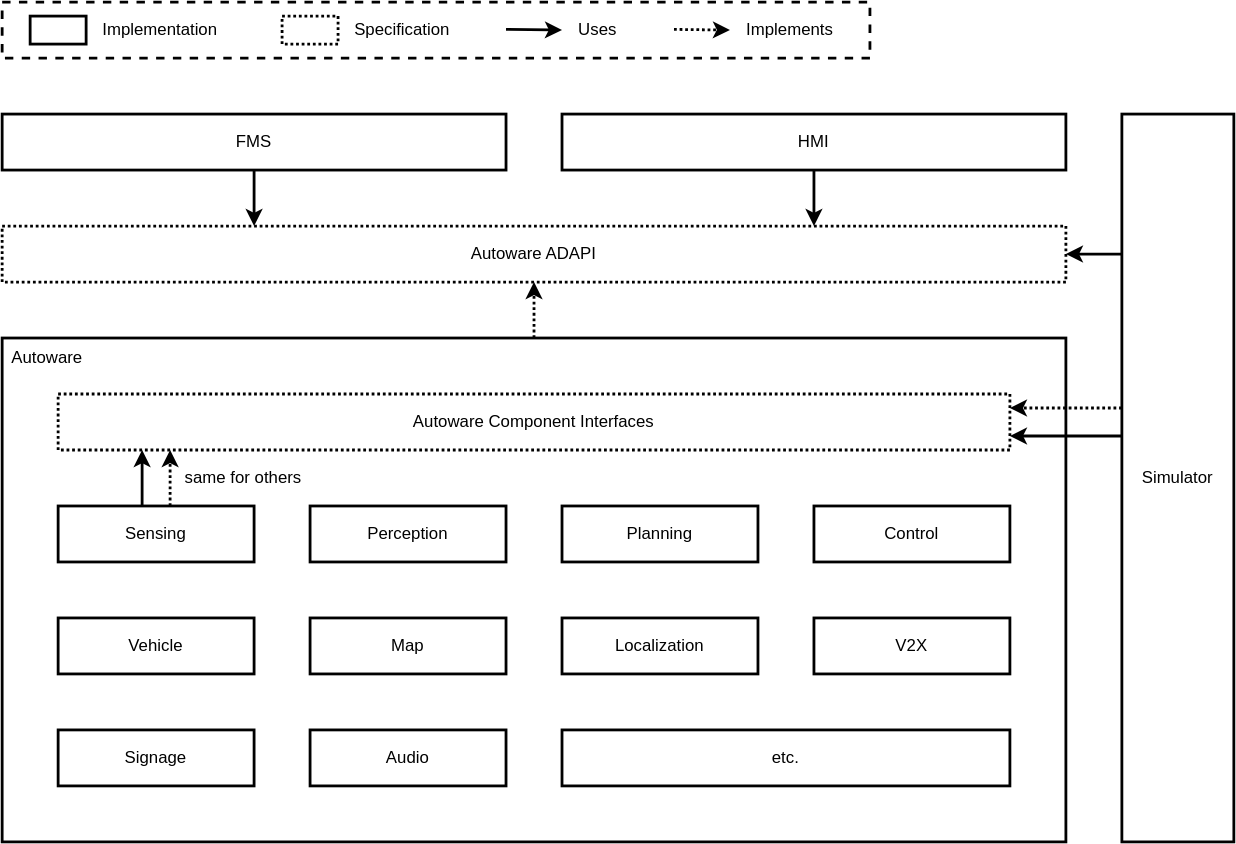
The draw.io diagram docs/Software-Requirements/Design-Docs-of-Autoware/autoware-api/architecture.drawio.svg in autowarefoundation/autoware_reference_design, before a commit. Source tidied: cells renumbered, new cells last; positions are measured from the earlier drawing's top-left corner, leaving out a move shared by most shapes.
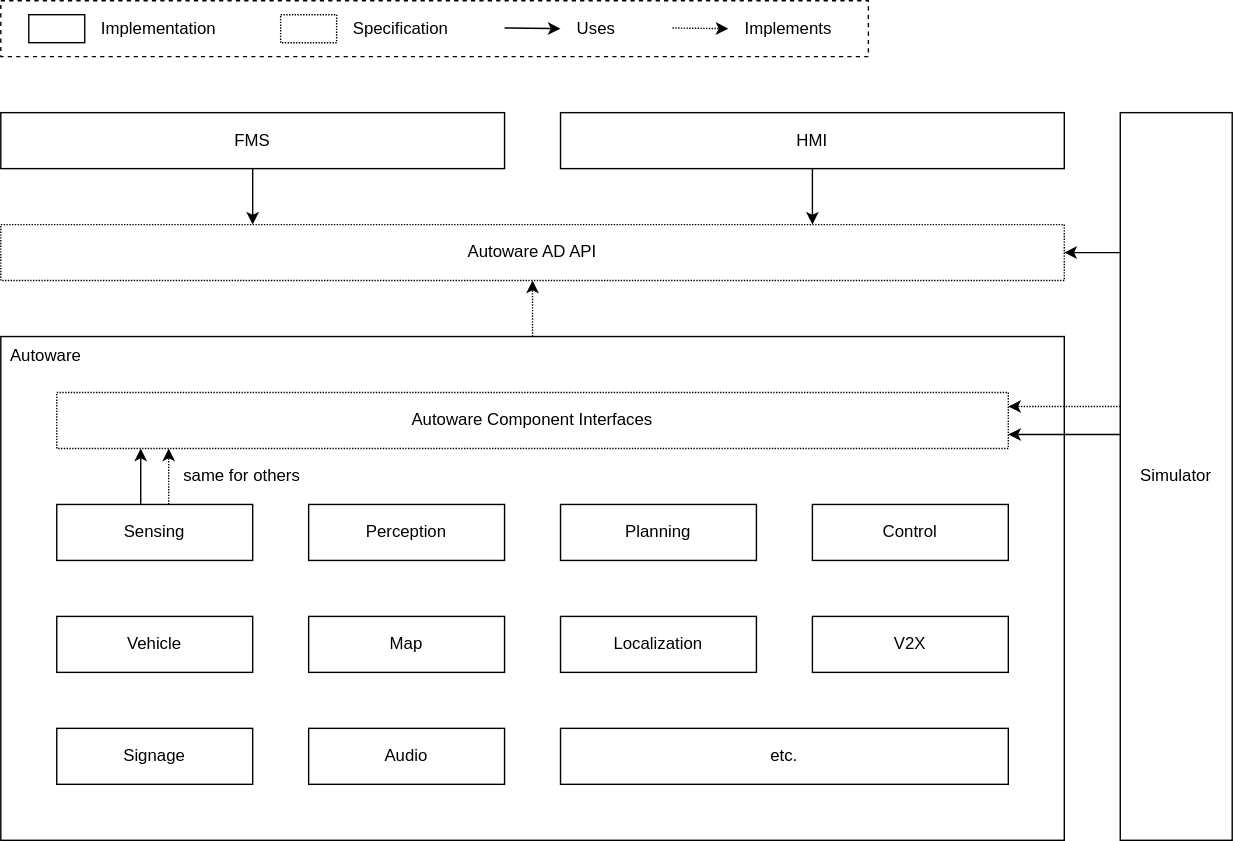
After the change.

Change to the diagram source:
```diff
@@ -2,13 +2,13 @@
   <root>
     <mxCell id="0" />
     <mxCell id="1" parent="0" />
-    <mxCell id="2" value="Autoware" style="rounded=0;whiteSpace=wrap;html=1;strokeWidth=2;align=left;verticalAlign=top;spacingLeft=5;" parent="1" vertex="1">
+    <mxCell id="2" value="Autoware" style="rounded=0;whiteSpace=wrap;html=1;strokeWidth=1;align=left;verticalAlign=top;spacingLeft=5;" parent="1" vertex="1">
       <mxGeometry y="240" width="760" height="360" as="geometry" />
     </mxCell>
-    <mxCell id="3" style="rounded=0;whiteSpace=wrap;html=1;strokeWidth=2;fillColor=none;dashed=1;" parent="1" vertex="1">
+    <mxCell id="3" style="rounded=0;whiteSpace=wrap;html=1;strokeWidth=1;fillColor=none;dashed=1;" parent="1" vertex="1">
       <mxGeometry width="620" height="40" as="geometry" />
     </mxCell>
-    <mxCell id="4" style="edgeStyle=orthogonalEdgeStyle;rounded=0;jettySize=auto;html=1;strokeWidth=2;" parent="1" edge="1" source="5" target="6">
+    <mxCell id="4" style="edgeStyle=orthogonalEdgeStyle;rounded=0;jettySize=auto;html=1;strokeWidth=1;" parent="1" edge="1" source="5" target="6">
       <mxGeometry relative="1" as="geometry">
         <Array as="points">
           <mxPoint x="180" y="150" />
@@ -16,61 +16,61 @@
         </Array>
       </mxGeometry>
     </mxCell>
-    <mxCell id="5" value="FMS" style="rounded=0;whiteSpace=wrap;html=1;strokeWidth=2;" parent="1" vertex="1">
+    <mxCell id="5" value="FMS" style="rounded=0;whiteSpace=wrap;html=1;strokeWidth=1;" parent="1" vertex="1">
       <mxGeometry y="80" width="360" height="40" as="geometry" />
     </mxCell>
-    <mxCell id="6" value="Autoware ADAPI" style="rounded=0;whiteSpace=wrap;html=1;strokeWidth=2;dashed=1;dashPattern=1 1;" parent="1" vertex="1">
+    <mxCell id="6" value="Autoware AD API" style="rounded=0;whiteSpace=wrap;html=1;strokeWidth=1;dashed=1;dashPattern=1 1;" parent="1" vertex="1">
       <mxGeometry y="160" width="760" height="40" as="geometry" />
     </mxCell>
-    <mxCell id="7" style="edgeStyle=orthogonalEdgeStyle;rounded=0;jettySize=auto;html=1;dashed=1;strokeWidth=2;dashPattern=1 1;exitX=0.5;exitY=0;exitDx=0;exitDy=0;" parent="1" edge="1" source="2" target="6">
+    <mxCell id="7" style="edgeStyle=orthogonalEdgeStyle;rounded=0;jettySize=auto;html=1;dashed=1;strokeWidth=1;dashPattern=1 1;exitX=0.5;exitY=0;exitDx=0;exitDy=0;" parent="1" edge="1" source="2" target="6">
       <mxGeometry relative="1" as="geometry" />
     </mxCell>
-    <mxCell id="8" value="Autoware Component Interfaces" style="rounded=0;whiteSpace=wrap;html=1;strokeWidth=2;dashed=1;dashPattern=1 1;" parent="1" vertex="1">
+    <mxCell id="8" value="Autoware Component Interfaces" style="rounded=0;whiteSpace=wrap;html=1;strokeWidth=1;dashed=1;dashPattern=1 1;" parent="1" vertex="1">
       <mxGeometry x="40" y="280" width="680" height="40" as="geometry" />
     </mxCell>
-    <mxCell id="9" style="rounded=0;whiteSpace=wrap;html=1;strokeWidth=2;" parent="1" vertex="1">
+    <mxCell id="9" style="rounded=0;whiteSpace=wrap;html=1;strokeWidth=1;" parent="1" vertex="1">
       <mxGeometry x="20" y="10" width="40" height="20" as="geometry" />
     </mxCell>
-    <mxCell id="10" value="Implementation" style="text;html=1;strokeColor=none;fillColor=none;align=left;verticalAlign=middle;whiteSpace=wrap;rounded=0;dashed=1;" parent="1" vertex="1">
+    <mxCell id="10" value="Implementation" style="text;html=1;strokeColor=none;fillColor=none;align=left;verticalAlign=middle;whiteSpace=wrap;rounded=0;dashed=1;strokeWidth=1;" parent="1" vertex="1">
       <mxGeometry x="70" y="10" width="90" height="20" as="geometry" />
     </mxCell>
-    <mxCell id="11" style="rounded=0;whiteSpace=wrap;html=1;strokeWidth=2;dashed=1;dashPattern=1 1;" parent="1" vertex="1">
+    <mxCell id="11" style="rounded=0;whiteSpace=wrap;html=1;strokeWidth=1;dashed=1;dashPattern=1 1;" parent="1" vertex="1">
       <mxGeometry x="200" y="10" width="40" height="20" as="geometry" />
     </mxCell>
-    <mxCell id="12" value="Specification" style="text;html=1;strokeColor=none;fillColor=none;align=left;verticalAlign=middle;whiteSpace=wrap;rounded=0;dashed=1;" parent="1" vertex="1">
+    <mxCell id="12" value="Specification" style="text;html=1;strokeColor=none;fillColor=none;align=left;verticalAlign=middle;whiteSpace=wrap;rounded=0;dashed=1;strokeWidth=1;" parent="1" vertex="1">
       <mxGeometry x="250" y="10" width="80" height="20" as="geometry" />
     </mxCell>
-    <mxCell id="13" style="endArrow=classic;html=1;strokeWidth=2;rounded=0;" parent="1" edge="1">
+    <mxCell id="13" style="endArrow=classic;html=1;strokeWidth=1;rounded=0;" parent="1" edge="1">
       <mxGeometry relative="1" as="geometry">
         <mxPoint x="360" y="19.5" as="sourcePoint" />
         <mxPoint x="400" y="20" as="targetPoint" />
       </mxGeometry>
     </mxCell>
-    <mxCell id="14" value="Uses" style="text;html=1;strokeColor=none;fillColor=none;align=left;verticalAlign=middle;whiteSpace=wrap;rounded=0;dashed=1;" parent="1" vertex="1">
+    <mxCell id="14" value="Uses" style="text;html=1;strokeColor=none;fillColor=none;align=left;verticalAlign=middle;whiteSpace=wrap;rounded=0;dashed=1;strokeWidth=1;" parent="1" vertex="1">
       <mxGeometry x="410" y="10" width="40" height="20" as="geometry" />
     </mxCell>
-    <mxCell id="15" value="Implements" style="text;html=1;strokeColor=none;fillColor=none;align=left;verticalAlign=middle;whiteSpace=wrap;rounded=0;dashed=1;" parent="1" vertex="1">
+    <mxCell id="15" value="Implements" style="text;html=1;strokeColor=none;fillColor=none;align=left;verticalAlign=middle;whiteSpace=wrap;rounded=0;dashed=1;strokeWidth=1;" parent="1" vertex="1">
       <mxGeometry x="530" y="10" width="70" height="20" as="geometry" />
     </mxCell>
-    <mxCell id="16" style="endArrow=classic;html=1;strokeWidth=2;rounded=0;dashed=1;dashPattern=1 1;" parent="1" edge="1">
+    <mxCell id="16" style="endArrow=classic;html=1;strokeWidth=1;rounded=0;dashed=1;dashPattern=1 1;" parent="1" edge="1">
       <mxGeometry relative="1" as="geometry">
         <mxPoint x="480" y="19.5" as="sourcePoint" />
         <mxPoint x="520" y="20" as="targetPoint" />
       </mxGeometry>
     </mxCell>
-    <mxCell id="17" value="Localization" style="rounded=0;whiteSpace=wrap;html=1;strokeWidth=2;" parent="1" vertex="1">
+    <mxCell id="17" value="Localization" style="rounded=0;whiteSpace=wrap;html=1;strokeWidth=1;" parent="1" vertex="1">
       <mxGeometry x="400" y="440" width="140" height="40" as="geometry" />
     </mxCell>
-    <mxCell id="18" value="V2X" style="rounded=0;whiteSpace=wrap;html=1;strokeWidth=2;" parent="1" vertex="1">
+    <mxCell id="18" value="V2X" style="rounded=0;whiteSpace=wrap;html=1;strokeWidth=1;" parent="1" vertex="1">
       <mxGeometry x="580" y="440" width="140" height="40" as="geometry" />
     </mxCell>
-    <mxCell id="19" value="Signage" style="rounded=0;whiteSpace=wrap;html=1;strokeWidth=2;" parent="1" vertex="1">
+    <mxCell id="19" value="Signage" style="rounded=0;whiteSpace=wrap;html=1;strokeWidth=1;" parent="1" vertex="1">
       <mxGeometry x="40" y="520" width="140" height="40" as="geometry" />
     </mxCell>
-    <mxCell id="20" value="Audio" style="rounded=0;whiteSpace=wrap;html=1;strokeWidth=2;" parent="1" vertex="1">
+    <mxCell id="20" value="Audio" style="rounded=0;whiteSpace=wrap;html=1;strokeWidth=1;" parent="1" vertex="1">
       <mxGeometry x="220" y="520" width="140" height="40" as="geometry" />
     </mxCell>
-    <mxCell id="21" style="edgeStyle=orthogonalEdgeStyle;rounded=0;html=1;strokeWidth=2;" parent="1" edge="1" source="23" target="8">
+    <mxCell id="21" style="edgeStyle=orthogonalEdgeStyle;rounded=0;html=1;strokeWidth=1;" parent="1" edge="1" source="23" target="8">
       <mxGeometry relative="1" as="geometry">
         <Array as="points">
           <mxPoint x="100" y="340" />
@@ -78,7 +78,7 @@
         </Array>
       </mxGeometry>
     </mxCell>
-    <mxCell id="22" style="edgeStyle=orthogonalEdgeStyle;rounded=0;html=1;strokeWidth=2;dashed=1;dashPattern=1 1;" parent="1" edge="1" source="23" target="8">
+    <mxCell id="22" style="edgeStyle=orthogonalEdgeStyle;rounded=0;html=1;strokeWidth=1;dashed=1;dashPattern=1 1;" parent="1" edge="1" source="23" target="8">
       <mxGeometry relative="1" as="geometry">
         <Array as="points">
           <mxPoint x="120" y="340" />
@@ -86,25 +86,25 @@
         </Array>
       </mxGeometry>
     </mxCell>
-    <mxCell id="23" value="Sensing" style="rounded=0;whiteSpace=wrap;html=1;strokeWidth=2;" parent="1" vertex="1">
+    <mxCell id="23" value="Sensing" style="rounded=0;whiteSpace=wrap;html=1;strokeWidth=1;" parent="1" vertex="1">
       <mxGeometry x="40" y="360" width="140" height="40" as="geometry" />
     </mxCell>
-    <mxCell id="24" value="Vehicle" style="rounded=0;whiteSpace=wrap;html=1;strokeWidth=2;" parent="1" vertex="1">
+    <mxCell id="24" value="Vehicle" style="rounded=0;whiteSpace=wrap;html=1;strokeWidth=1;" parent="1" vertex="1">
       <mxGeometry x="40" y="440" width="140" height="40" as="geometry" />
     </mxCell>
-    <mxCell id="25" value="Map" style="rounded=0;whiteSpace=wrap;html=1;strokeWidth=2;" parent="1" vertex="1">
+    <mxCell id="25" value="Map" style="rounded=0;whiteSpace=wrap;html=1;strokeWidth=1;" parent="1" vertex="1">
       <mxGeometry x="220" y="440" width="140" height="40" as="geometry" />
     </mxCell>
-    <mxCell id="26" value="Perception" style="rounded=0;whiteSpace=wrap;html=1;strokeWidth=2;" parent="1" vertex="1">
+    <mxCell id="26" value="Perception" style="rounded=0;whiteSpace=wrap;html=1;strokeWidth=1;" parent="1" vertex="1">
       <mxGeometry x="220" y="360" width="140" height="40" as="geometry" />
     </mxCell>
-    <mxCell id="27" value="Planning" style="rounded=0;whiteSpace=wrap;html=1;strokeWidth=2;" parent="1" vertex="1">
+    <mxCell id="27" value="Planning" style="rounded=0;whiteSpace=wrap;html=1;strokeWidth=1;" parent="1" vertex="1">
       <mxGeometry x="400" y="360" width="140" height="40" as="geometry" />
     </mxCell>
-    <mxCell id="28" value="Control" style="rounded=0;whiteSpace=wrap;html=1;strokeWidth=2;" parent="1" vertex="1">
+    <mxCell id="28" value="Control" style="rounded=0;whiteSpace=wrap;html=1;strokeWidth=1;" parent="1" vertex="1">
       <mxGeometry x="580" y="360" width="140" height="40" as="geometry" />
     </mxCell>
-    <mxCell id="29" style="edgeStyle=orthogonalEdgeStyle;html=1;rounded=0;strokeWidth=2;" parent="1" edge="1" source="30" target="6">
+    <mxCell id="29" style="edgeStyle=orthogonalEdgeStyle;html=1;rounded=0;strokeWidth=1;" parent="1" edge="1" source="30" target="6">
       <mxGeometry relative="1" as="geometry">
         <Array as="points">
           <mxPoint x="640" y="160" />
@@ -112,10 +112,10 @@
         </Array>
       </mxGeometry>
     </mxCell>
-    <mxCell id="30" value="HMI" style="rounded=0;whiteSpace=wrap;html=1;strokeWidth=2;" parent="1" vertex="1">
+    <mxCell id="30" value="HMI" style="rounded=0;whiteSpace=wrap;html=1;strokeWidth=1;" parent="1" vertex="1">
       <mxGeometry x="400" y="80" width="360" height="40" as="geometry" />
     </mxCell>
-    <mxCell id="31" style="edgeStyle=orthogonalEdgeStyle;rounded=0;html=1;strokeWidth=2;" parent="1" edge="1" source="34" target="8">
+    <mxCell id="31" style="edgeStyle=orthogonalEdgeStyle;rounded=0;html=1;strokeWidth=1;" parent="1" edge="1" source="34" target="8">
       <mxGeometry relative="1" as="geometry">
         <Array as="points">
           <mxPoint x="770" y="310" />
@@ -123,7 +123,7 @@
         </Array>
       </mxGeometry>
     </mxCell>
-    <mxCell id="32" style="edgeStyle=orthogonalEdgeStyle;rounded=0;html=1;strokeWidth=2;" parent="1" edge="1" source="34" target="6">
+    <mxCell id="32" style="edgeStyle=orthogonalEdgeStyle;rounded=0;html=1;strokeWidth=1;" parent="1" edge="1" source="34" target="6">
       <mxGeometry relative="1" as="geometry">
         <Array as="points">
           <mxPoint x="780" y="180" />
@@ -131,7 +131,7 @@
         </Array>
       </mxGeometry>
     </mxCell>
-    <mxCell id="33" style="edgeStyle=orthogonalEdgeStyle;rounded=0;html=1;dashed=1;dashPattern=1 1;strokeWidth=2;" parent="1" edge="1" source="34">
+    <mxCell id="33" style="edgeStyle=orthogonalEdgeStyle;rounded=0;html=1;dashed=1;dashPattern=1 1;strokeWidth=1;" parent="1" edge="1" source="34">
       <mxGeometry relative="1" as="geometry">
         <mxPoint x="720" y="290" as="targetPoint" />
         <Array as="points">
@@ -139,13 +139,13 @@
         </Array>
       </mxGeometry>
     </mxCell>
-    <mxCell id="34" value="Simulator" style="rounded=0;whiteSpace=wrap;html=1;strokeWidth=2;" parent="1" vertex="1">
+    <mxCell id="34" value="Simulator" style="rounded=0;whiteSpace=wrap;html=1;strokeWidth=1;" parent="1" vertex="1">
       <mxGeometry x="800" y="80" width="80" height="520" as="geometry" />
     </mxCell>
-    <mxCell id="35" value="etc." style="rounded=0;whiteSpace=wrap;html=1;strokeWidth=2;" parent="1" vertex="1">
+    <mxCell id="35" value="etc." style="rounded=0;whiteSpace=wrap;html=1;strokeWidth=1;" parent="1" vertex="1">
       <mxGeometry x="400" y="520" width="320" height="40" as="geometry" />
     </mxCell>
-    <mxCell id="36" value="same for others" style="text;html=1;strokeColor=none;fillColor=none;align=center;verticalAlign=middle;whiteSpace=wrap;rounded=0;" parent="1" vertex="1">
+    <mxCell id="36" value="same for others" style="text;html=1;strokeColor=none;fillColor=none;align=center;verticalAlign=middle;whiteSpace=wrap;rounded=0;strokeWidth=1;" parent="1" vertex="1">
       <mxGeometry x="125" y="330" width="95" height="20" as="geometry" />
     </mxCell>
   </root>
```
